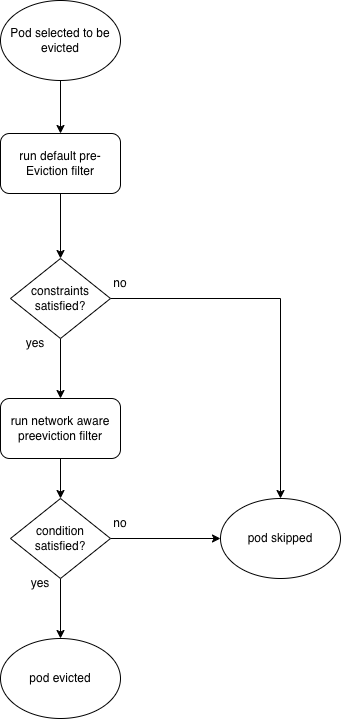
The draw.io diagram assets/pics/network-aware/preevict-chaining.png in NI04Code/thesis-UI, before a commit. Source tidied: cells renumbered, new cells last; positions are measured from the earlier drawing's top-left corner, leaving out a move shared by most shapes. Source of this version:
```xml
<mxGraphModel>
  <root>
    <mxCell id="0" />
    <mxCell id="1" parent="0" />
    <mxCell id="2" style="edgeStyle=orthogonalEdgeStyle;rounded=0;jettySize=auto;html=1;entryX=0.5;entryY=0;entryDx=0;entryDy=0;exitX=0.5;exitY=1;exitDx=0;exitDy=0;" parent="1" edge="1" source="3" target="9">
      <mxGeometry relative="1" as="geometry" />
    </mxCell>
    <mxCell id="3" value="Pod selected to be evicted" style="ellipse;whiteSpace=wrap;html=1;" parent="1" vertex="1">
      <mxGeometry width="120" height="80" as="geometry" />
    </mxCell>
    <mxCell id="4" style="edgeStyle=orthogonalEdgeStyle;rounded=0;jettySize=auto;html=1;entryX=0.5;entryY=0;entryDx=0;entryDy=0;" parent="1" edge="1" source="6" target="11">
      <mxGeometry relative="1" as="geometry" />
    </mxCell>
    <mxCell id="5" style="edgeStyle=orthogonalEdgeStyle;rounded=0;jettySize=auto;html=1;entryX=0.5;entryY=0;entryDx=0;entryDy=0;" parent="1" edge="1" source="6" target="7">
      <mxGeometry relative="1" as="geometry" />
    </mxCell>
    <mxCell id="6" value="constraints satisfied?" style="rhombus;whiteSpace=wrap;html=1;" parent="1" vertex="1">
      <mxGeometry x="10" y="258" width="100" height="80" as="geometry" />
    </mxCell>
    <mxCell id="7" value="pod skipped" style="ellipse;whiteSpace=wrap;html=1;" parent="1" vertex="1">
      <mxGeometry x="220" y="498" width="120" height="80" as="geometry" />
    </mxCell>
    <mxCell id="8" style="edgeStyle=orthogonalEdgeStyle;rounded=0;jettySize=auto;html=1;" parent="1" edge="1" source="9" target="6">
      <mxGeometry relative="1" as="geometry" />
    </mxCell>
    <mxCell id="9" value="run default pre-Eviction filter" style="rounded=1;whiteSpace=wrap;html=1;" parent="1" vertex="1">
      <mxGeometry y="133" width="120" height="60" as="geometry" />
    </mxCell>
    <mxCell id="10" style="edgeStyle=orthogonalEdgeStyle;rounded=0;jettySize=auto;html=1;entryX=0.5;entryY=0;entryDx=0;entryDy=0;" parent="1" edge="1" source="11" target="15">
      <mxGeometry relative="1" as="geometry" />
    </mxCell>
    <mxCell id="11" value="run network aware preeviction filter" style="rounded=1;whiteSpace=wrap;html=1;" parent="1" vertex="1">
      <mxGeometry y="398" width="120" height="60" as="geometry" />
    </mxCell>
    <mxCell id="12" value="pod evicted" style="ellipse;whiteSpace=wrap;html=1;" parent="1" vertex="1">
      <mxGeometry y="638" width="120" height="80" as="geometry" />
    </mxCell>
    <mxCell id="13" style="edgeStyle=orthogonalEdgeStyle;rounded=0;jettySize=auto;html=1;entryX=0;entryY=0.5;entryDx=0;entryDy=0;" parent="1" edge="1" source="15" target="7">
      <mxGeometry relative="1" as="geometry" />
    </mxCell>
    <mxCell id="14" style="edgeStyle=orthogonalEdgeStyle;rounded=0;jettySize=auto;html=1;entryX=0.5;entryY=0;entryDx=0;entryDy=0;" parent="1" edge="1" source="15" target="12">
      <mxGeometry relative="1" as="geometry" />
    </mxCell>
    <mxCell id="15" value="condition satisfied?" style="rhombus;whiteSpace=wrap;html=1;" parent="1" vertex="1">
      <mxGeometry x="10" y="498" width="100" height="80" as="geometry" />
    </mxCell>
    <mxCell id="16" value="no" style="text;html=1;whiteSpace=wrap;strokeColor=none;fillColor=none;align=center;verticalAlign=middle;rounded=0;" parent="1" vertex="1">
      <mxGeometry x="90" y="268" width="60" height="30" as="geometry" />
    </mxCell>
    <mxCell id="17" value="no" style="text;html=1;whiteSpace=wrap;strokeColor=none;fillColor=none;align=center;verticalAlign=middle;rounded=0;" parent="1" vertex="1">
      <mxGeometry x="90" y="508" width="60" height="30" as="geometry" />
    </mxCell>
    <mxCell id="18" value="yes" style="text;html=1;whiteSpace=wrap;strokeColor=none;fillColor=none;align=center;verticalAlign=middle;rounded=0;" parent="1" vertex="1">
      <mxGeometry x="10" y="568" width="60" height="30" as="geometry" />
    </mxCell>
    <mxCell id="19" value="yes" style="text;html=1;whiteSpace=wrap;strokeColor=none;fillColor=none;align=center;verticalAlign=middle;rounded=0;" parent="1" vertex="1">
      <mxGeometry x="5" y="328" width="60" height="30" as="geometry" />
    </mxCell>
  </root>
</mxGraphModel>
```
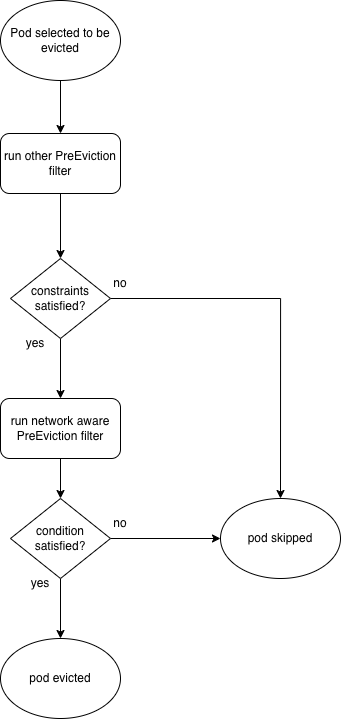
After the change.

Commit message:
add netaware flow diagram logic on 4.4 system overview

What changed in the source:
```diff
@@ -23,13 +23,13 @@
     <mxCell id="8" style="edgeStyle=orthogonalEdgeStyle;rounded=0;jettySize=auto;html=1;" parent="1" edge="1" source="9" target="6">
       <mxGeometry relative="1" as="geometry" />
     </mxCell>
-    <mxCell id="9" value="run default pre-Eviction filter" style="rounded=1;whiteSpace=wrap;html=1;" parent="1" vertex="1">
+    <mxCell id="9" value="run other PreEviction filter" style="rounded=1;whiteSpace=wrap;html=1;" parent="1" vertex="1">
       <mxGeometry y="133" width="120" height="60" as="geometry" />
     </mxCell>
     <mxCell id="10" style="edgeStyle=orthogonalEdgeStyle;rounded=0;jettySize=auto;html=1;entryX=0.5;entryY=0;entryDx=0;entryDy=0;" parent="1" edge="1" source="11" target="15">
       <mxGeometry relative="1" as="geometry" />
     </mxCell>
-    <mxCell id="11" value="run network aware preeviction filter" style="rounded=1;whiteSpace=wrap;html=1;" parent="1" vertex="1">
+    <mxCell id="11" value="run network aware PreEviction filter" style="rounded=1;whiteSpace=wrap;html=1;" parent="1" vertex="1">
       <mxGeometry y="398" width="120" height="60" as="geometry" />
     </mxCell>
     <mxCell id="12" value="pod evicted" style="ellipse;whiteSpace=wrap;html=1;" parent="1" vertex="1">
```
